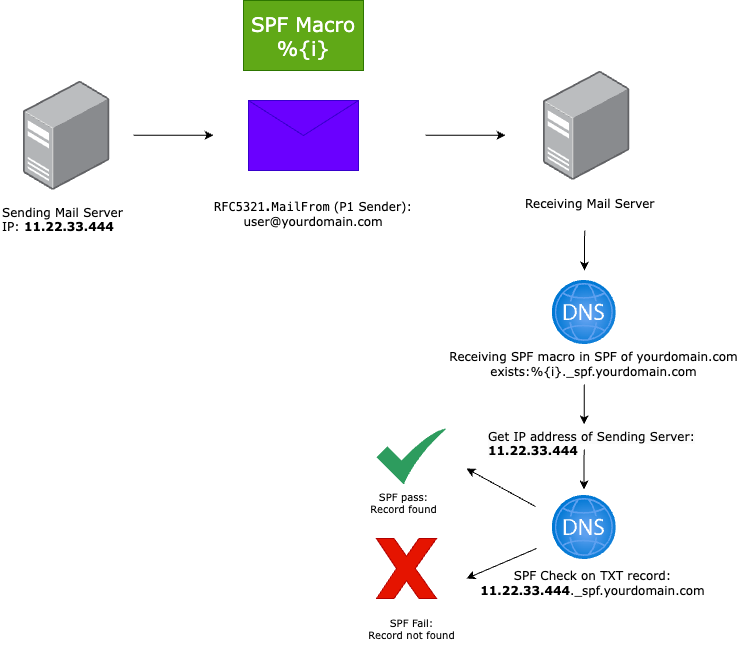
This is static/images/handle-your-spf-record/spf-macro-visual-i.png from vand3rlinden/vand3rlinden.github.io, a draw.io export, as it was before one commit. Source tidied: cells renumbered, new cells last; positions are measured from the earlier drawing's top-left corner, leaving out a move shared by most shapes. Its diagram source:
```xml
<mxGraphModel>
  <root>
    <mxCell id="0" />
    <mxCell id="1" parent="0" />
    <mxCell id="2" value="SPF Macro %{i}" style="text;html=1;align=center;verticalAlign=middle;whiteSpace=wrap;rounded=0;fillColor=#60a917;strokeColor=#2D7600;fontColor=#ffffff;fontFamily=Verdana;fontSize=20;" parent="1" vertex="1">
      <mxGeometry x="243" width="120" height="70" as="geometry" />
    </mxCell>
    <mxCell id="3" style="shape=message;html=1;html=1;labelPosition=center;verticalLabelPosition=bottom;align=center;verticalAlign=top;fillColor=#6a00ff;fontColor=#ffffff;strokeColor=#3700CC;" parent="1" vertex="1">
      <mxGeometry x="248" y="100" width="110" height="70" as="geometry" />
    </mxCell>
    <mxCell id="4" style="endArrow=classic;html=1;rounded=0;" parent="1" edge="1">
      <mxGeometry relative="1" as="geometry">
        <mxPoint x="133" y="134.8" as="sourcePoint" />
        <mxPoint x="213" y="134.8" as="targetPoint" />
      </mxGeometry>
    </mxCell>
    <mxCell id="5" style="image;html=1;align=center;shadow=0;dashed=0;image=img/lib/allied_telesis/computer_and_terminals/Server_Desktop.svg;" parent="1" vertex="1">
      <mxGeometry x="23" y="80.6" width="86.3" height="109.4" as="geometry" />
    </mxCell>
    <mxCell id="6" value="&lt;code&gt;RFC5321.MailFrom&lt;/code&gt; (P1 Sender): &lt;br&gt;user@yourdomain.com" style="text;html=1;align=center;verticalAlign=middle;whiteSpace=wrap;rounded=0;fontFamily=Verdana;" parent="1" vertex="1">
      <mxGeometry x="193" y="199" width="240" height="30" as="geometry" />
    </mxCell>
    <mxCell id="7" style="endArrow=classic;html=1;rounded=0;" parent="1" edge="1">
      <mxGeometry relative="1" as="geometry">
        <mxPoint x="425" y="134.8" as="sourcePoint" />
        <mxPoint x="505" y="134.8" as="targetPoint" />
      </mxGeometry>
    </mxCell>
    <mxCell id="8" style="image;html=1;align=center;shadow=0;dashed=0;image=img/lib/allied_telesis/computer_and_terminals/Server_Desktop.svg;" parent="1" vertex="1">
      <mxGeometry x="543" y="70.6" width="86.3" height="109.4" as="geometry" />
    </mxCell>
    <mxCell id="9" value="Receiving Mail Server" style="text;whiteSpace=wrap;html=1;fontFamily=Verdana;" parent="1" vertex="1">
      <mxGeometry x="523" y="190" width="140" height="40" as="geometry" />
    </mxCell>
    <mxCell id="10" style="image;html=1;align=center;fontSize=12;image=img/lib/azure2/networking/DNS_Zones.svg;" parent="1" vertex="1">
      <mxGeometry x="551.8" y="495" width="64" height="64" as="geometry" />
    </mxCell>
    <mxCell id="11" style="endArrow=classic;html=1;rounded=0;" parent="1" edge="1">
      <mxGeometry relative="1" as="geometry">
        <mxPoint x="584.1" y="230" as="sourcePoint" />
        <mxPoint x="584" y="270" as="targetPoint" />
      </mxGeometry>
    </mxCell>
    <mxCell id="12" value="SPF Check on TXT record:&lt;br style=&quot;font-size: 12px;&quot;&gt;&lt;b style=&quot;text-wrap: nowrap;&quot;&gt;11.22.33.444&lt;/b&gt;._spf.yourdomain.com" style="text;html=1;align=center;verticalAlign=middle;whiteSpace=wrap;rounded=0;fontFamily=Verdana;fontSize=12;" parent="1" vertex="1">
      <mxGeometry x="512.4" y="568" width="161.3" height="30" as="geometry" />
    </mxCell>
    <mxCell id="13" style="sketch=0;html=1;strokeColor=none;shadow=0;align=center;fillColor=#2D9C5E;verticalAlign=top;labelPosition=center;verticalLabelPosition=bottom;shape=mxgraph.gcp2.check;" parent="1" vertex="1">
      <mxGeometry x="376" y="428" width="70" height="56" as="geometry" />
    </mxCell>
    <mxCell id="14" value="SPF pass:&lt;br style=&quot;font-size: 10px;&quot;&gt;Record found" style="text;html=1;align=center;verticalAlign=middle;strokeColor=none;fillColor=none;fontFamily=Verdana;fontSize=10;" parent="1" vertex="1">
      <mxGeometry x="358" y="482" width="90" height="40" as="geometry" />
    </mxCell>
    <mxCell id="15" style="verticalLabelPosition=bottom;verticalAlign=top;html=1;shape=mxgraph.basic.x;fillColor=#e51400;fontColor=#ffffff;strokeColor=#B20000;" parent="1" vertex="1">
      <mxGeometry x="376" y="538" width="60" height="60" as="geometry" />
    </mxCell>
    <mxCell id="16" value="SPF Fail:&lt;br&gt;Record not found" style="text;html=1;align=center;verticalAlign=middle;strokeColor=none;fillColor=none;fontFamily=Verdana;fontSize=10;" parent="1" vertex="1">
      <mxGeometry x="356" y="608" width="110" height="40" as="geometry" />
    </mxCell>
    <mxCell id="17" style="endArrow=classic;html=1;rounded=0;exitX=0.15;exitY=0.3;exitDx=0;exitDy=0;exitPerimeter=0;" parent="1" edge="1">
      <mxGeometry relative="1" as="geometry">
        <mxPoint x="535" y="506" as="sourcePoint" />
        <mxPoint x="466" y="468" as="targetPoint" />
      </mxGeometry>
    </mxCell>
    <mxCell id="18" style="endArrow=classic;html=1;rounded=0;" parent="1" edge="1">
      <mxGeometry relative="1" as="geometry">
        <mxPoint x="536" y="548" as="sourcePoint" />
        <mxPoint x="466" y="578" as="targetPoint" />
      </mxGeometry>
    </mxCell>
    <mxCell id="19" style="image;html=1;align=center;fontSize=12;image=img/lib/azure2/networking/DNS_Zones.svg;" parent="1" vertex="1">
      <mxGeometry x="551.8" y="280" width="64" height="64" as="geometry" />
    </mxCell>
    <mxCell id="20" value="Receiving SPF macro in SPF of yourdomain.com&lt;br style=&quot;font-size: 12px;&quot;&gt;exists:%{i}._spf.yourdomain.com" style="text;html=1;align=center;verticalAlign=middle;strokeColor=none;fillColor=none;fontFamily=Verdana;fontSize=12;" parent="1" vertex="1">
      <mxGeometry x="438" y="344" width="310" height="40" as="geometry" />
    </mxCell>
    <mxCell id="21" style="endArrow=classic;html=1;rounded=0;" parent="1" edge="1">
      <mxGeometry relative="1" as="geometry">
        <mxPoint x="583.6" y="449" as="sourcePoint" />
        <mxPoint x="583.5" y="489" as="targetPoint" />
      </mxGeometry>
    </mxCell>
    <mxCell id="22" value="Sending Mail Server IP: &lt;b&gt;11.22.33.444&lt;/b&gt;" style="text;whiteSpace=wrap;html=1;fontFamily=Verdana;" parent="1" vertex="1">
      <mxGeometry y="199" width="140" height="40" as="geometry" />
    </mxCell>
    <mxCell id="23" value="&lt;span style=&quot;forced-color-adjust: none; orphans: 2; text-align: center; text-indent: 0px; widows: 2; background-color: rgb(251, 251, 251); text-decoration-thickness: initial; text-decoration-style: initial; text-decoration-color: initial;&quot;&gt;&lt;span style=&quot;forced-color-adjust: none;&quot;&gt;&lt;span style=&quot;color: rgb(0, 0, 0); font-family: Verdana; font-size: 12px; font-style: normal; font-variant-ligatures: normal; font-variant-caps: normal; letter-spacing: normal; text-transform: none; word-spacing: 0px; -webkit-text-stroke-width: 0px; white-space: nowrap;&quot;&gt;Get &lt;/span&gt;&lt;font face=&quot;Verdana&quot;&gt;&lt;span style=&quot;text-wrap: nowrap;&quot;&gt;IP address of Sending Server:&lt;/span&gt;&lt;/font&gt;&lt;/span&gt;&lt;/span&gt;&lt;div&gt;&lt;span style=&quot;forced-color-adjust: none; orphans: 2; text-align: center; text-indent: 0px; widows: 2; background-color: rgb(251, 251, 251); text-decoration-thickness: initial; text-decoration-style: initial; text-decoration-color: initial;&quot;&gt;&lt;span style=&quot;forced-color-adjust: none;&quot;&gt;&lt;font face=&quot;Verdana&quot;&gt;&lt;span style=&quot;text-wrap: nowrap;&quot;&gt;&lt;b&gt;11.22.33.444&lt;/b&gt;&lt;/span&gt;&lt;/font&gt;&lt;/span&gt;&lt;/span&gt;&lt;/div&gt;" style="text;whiteSpace=wrap;html=1;" parent="1" vertex="1">
      <mxGeometry x="485.8" y="423" width="200" height="40" as="geometry" />
    </mxCell>
    <mxCell id="24" style="endArrow=classic;html=1;rounded=0;" parent="1" edge="1">
      <mxGeometry relative="1" as="geometry">
        <mxPoint x="583.8" y="384" as="sourcePoint" />
        <mxPoint x="583.6" y="424" as="targetPoint" />
      </mxGeometry>
    </mxCell>
  </root>
</mxGraphModel>
```
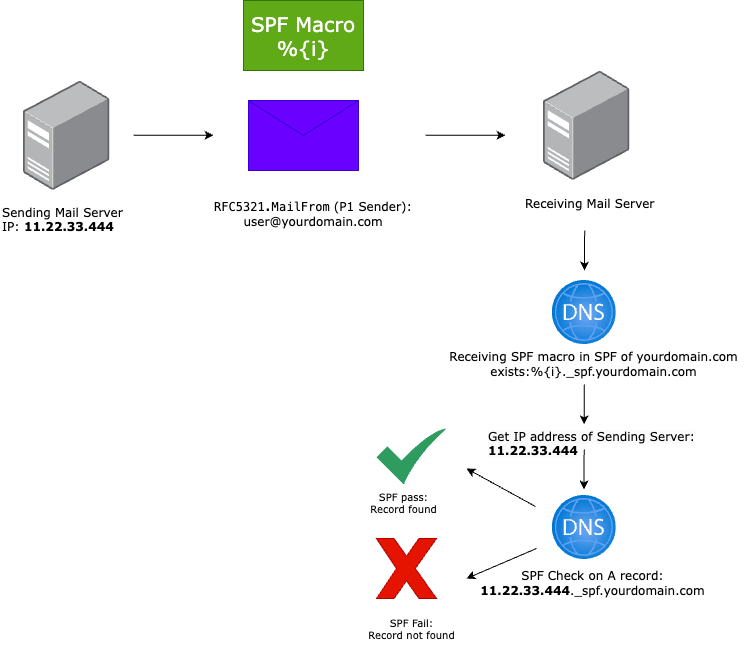
The same diagram one commit later.

The edit, as a diff of the source:
```diff
@@ -41,7 +41,7 @@
         <mxPoint x="584" y="270" as="targetPoint" />
       </mxGeometry>
     </mxCell>
-    <mxCell id="12" value="SPF Check on TXT record:&lt;br style=&quot;font-size: 12px;&quot;&gt;&lt;b style=&quot;text-wrap: nowrap;&quot;&gt;11.22.33.444&lt;/b&gt;._spf.yourdomain.com" style="text;html=1;align=center;verticalAlign=middle;whiteSpace=wrap;rounded=0;fontFamily=Verdana;fontSize=12;" parent="1" vertex="1">
+    <mxCell id="12" value="SPF Check on A record:&lt;br style=&quot;font-size: 12px;&quot;&gt;&lt;b style=&quot;text-wrap: nowrap;&quot;&gt;11.22.33.444&lt;/b&gt;._spf.yourdomain.com" style="text;html=1;align=center;verticalAlign=middle;whiteSpace=wrap;rounded=0;fontFamily=Verdana;fontSize=12;" parent="1" vertex="1">
       <mxGeometry x="512.4" y="568" width="161.3" height="30" as="geometry" />
     </mxCell>
     <mxCell id="13" style="sketch=0;html=1;strokeColor=none;shadow=0;align=center;fillColor=#2D9C5E;verticalAlign=top;labelPosition=center;verticalLabelPosition=bottom;shape=mxgraph.gcp2.check;" parent="1" vertex="1">
```
